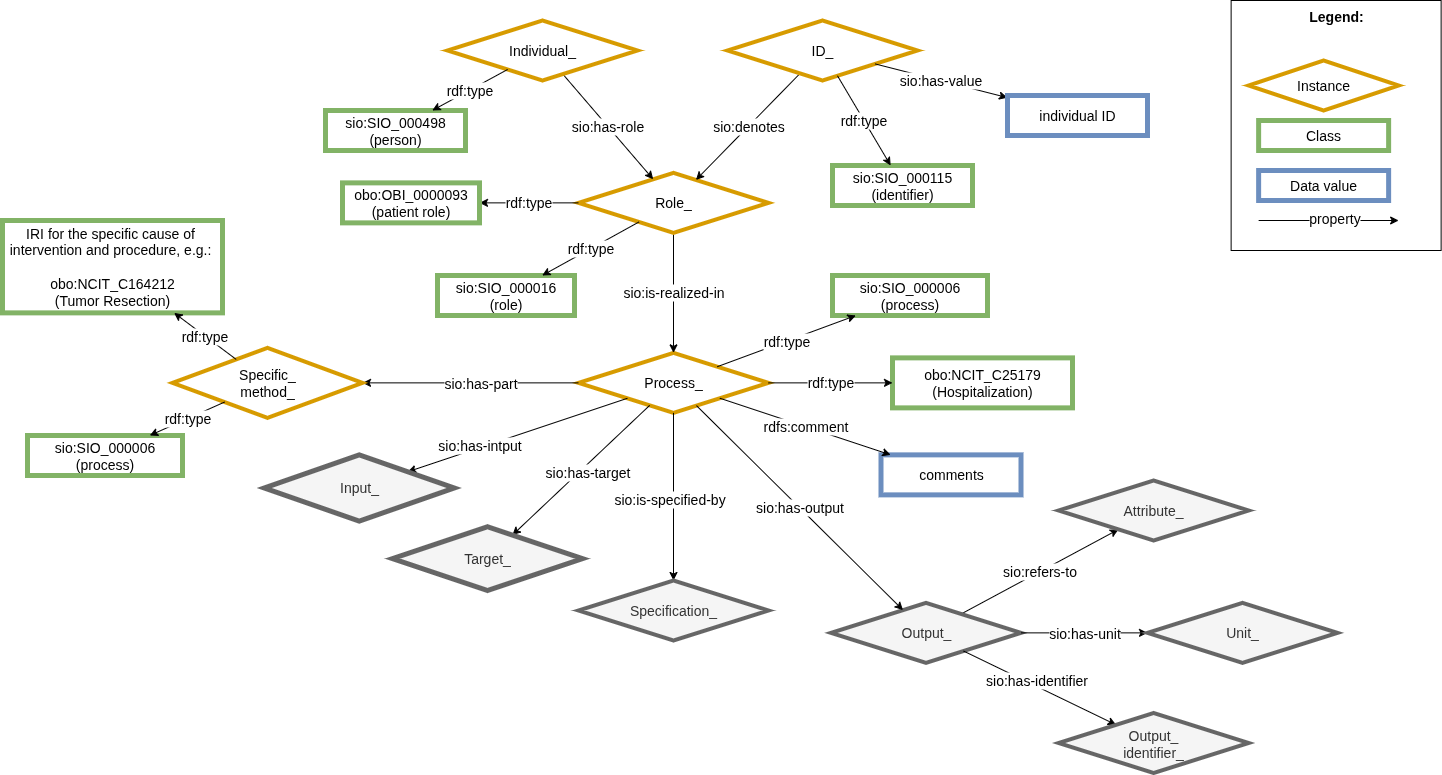
This is images/CARE-SM-Hospitalization.drawio.png from CARE-SM/CARE-Semantic-Model, a draw.io export, as it was before one commit. Source tidied: cells renumbered, new cells last; positions are measured from the earlier drawing's top-left corner, leaving out a move shared by most shapes. Source of this version:
```xml
<mxGraphModel>
  <root>
    <mxCell id="0" />
    <mxCell id="1" parent="0" />
    <mxCell id="2" value="sio:refers-to" style="edgeStyle=none;rounded=0;jettySize=auto;html=1;fontSize=14;" parent="1" edge="1" source="3" target="12">
      <mxGeometry relative="1" as="geometry" />
    </mxCell>
    <mxCell id="3" value="Output_" style="rhombus;whiteSpace=wrap;html=1;fillColor=#f5f5f5;strokeColor=#666666;perimeter=rhombusPerimeter;arcSize=20;comic=0;enumerate=0;strokeWidth=4;rounded=0;fontSize=14;fontColor=#333333;" parent="1" vertex="1">
      <mxGeometry x="828.5" y="602.4" width="190" height="60" as="geometry" />
    </mxCell>
    <mxCell id="4" value="Process_" style="rhombus;whiteSpace=wrap;html=1;fillColor=#FFFFFF;strokeColor=#D79B00;perimeter=rhombusPerimeter;arcSize=20;comic=0;enumerate=0;strokeWidth=4;rounded=0;fontSize=14;" parent="1" vertex="1">
      <mxGeometry x="576" y="352.4" width="190" height="60" as="geometry" />
    </mxCell>
    <mxCell id="5" value="sio:is-realized-in" style="rounded=0;jettySize=auto;html=1;exitX=0.5;exitY=1;exitDx=0;exitDy=0;fontSize=14;" parent="1" edge="1" source="7" target="4">
      <mxGeometry relative="1" as="geometry" />
    </mxCell>
    <mxCell id="6" value="sio:SIO_000006 (process)" style="whiteSpace=wrap;html=1;fillColor=#FFFFFF;strokeColor=#82b366;strokeWidth=5;fontSize=14;" parent="1" vertex="1">
      <mxGeometry x="830" y="275" width="155" height="40" as="geometry" />
    </mxCell>
    <mxCell id="7" value="Role_" style="rhombus;whiteSpace=wrap;html=1;fillColor=#FFFFFF;strokeColor=#D79B00;perimeter=rhombusPerimeter;arcSize=20;comic=0;enumerate=0;strokeWidth=4;rounded=0;fontSize=14;" parent="1" vertex="1">
      <mxGeometry x="576" y="172.4" width="190" height="60" as="geometry" />
    </mxCell>
    <mxCell id="8" value="sio:denotes" style="edgeStyle=none;rounded=0;jettySize=auto;html=1;fontSize=14;" parent="1" edge="1" source="9" target="7">
      <mxGeometry relative="1" as="geometry" />
    </mxCell>
    <mxCell id="9" value="ID_" style="rhombus;whiteSpace=wrap;html=1;fillColor=#FFFFFF;strokeColor=#D79B00;rotation=0;perimeter=rhombusPerimeter;arcSize=20;comic=0;enumerate=0;strokeWidth=4;rounded=0;fontSize=14;" parent="1" vertex="1">
      <mxGeometry x="725" y="20" width="190" height="60" as="geometry" />
    </mxCell>
    <mxCell id="10" value="sio:has-role" style="edgeStyle=none;rounded=0;jettySize=auto;html=1;fontSize=14;" parent="1" edge="1" source="11" target="7">
      <mxGeometry relative="1" as="geometry" />
    </mxCell>
    <mxCell id="11" value="Individual_" style="rhombus;whiteSpace=wrap;html=1;fillColor=#FFFFFF;strokeColor=#D79B00;perimeter=rhombusPerimeter;arcSize=20;comic=0;enumerate=0;strokeWidth=4;rounded=0;fontSize=14;" parent="1" vertex="1">
      <mxGeometry x="445" y="20" width="190" height="60" as="geometry" />
    </mxCell>
    <mxCell id="12" value="Attribute_" style="rhombus;whiteSpace=wrap;html=1;fillColor=#f5f5f5;strokeColor=#666666;perimeter=rhombusPerimeter;arcSize=20;comic=0;enumerate=0;strokeWidth=4;rounded=0;fontSize=14;fontColor=#333333;" parent="1" vertex="1">
      <mxGeometry x="1056.1" y="480" width="190" height="60" as="geometry" />
    </mxCell>
    <mxCell id="13" value="sio:SIO_000016 (role)" style="whiteSpace=wrap;html=1;fillColor=#FFFFFF;strokeColor=#82b366;strokeWidth=5;fontSize=14;" parent="1" vertex="1">
      <mxGeometry x="435" y="275" width="137" height="40" as="geometry" />
    </mxCell>
    <mxCell id="14" value="sio:SIO_000115 (identifier)" style="whiteSpace=wrap;html=1;fillColor=#FFFFFF;strokeColor=#82b366;strokeWidth=5;fontSize=14;" parent="1" vertex="1">
      <mxGeometry x="830" y="165" width="140" height="40" as="geometry" />
    </mxCell>
    <mxCell id="15" value="&lt;div&gt;sio:SIO_000498&lt;/div&gt;&lt;div&gt;(person)&lt;/div&gt;" style="whiteSpace=wrap;html=1;fillColor=#FFFFFF;strokeColor=#82b366;strokeWidth=5;fontSize=14;" parent="1" vertex="1">
      <mxGeometry x="323" y="110" width="140" height="40" as="geometry" />
    </mxCell>
    <mxCell id="16" style="edgeStyle=none;rounded=0;jettySize=auto;html=1;fontSize=14;" parent="1" edge="1" source="4" target="51">
      <mxGeometry relative="1" as="geometry" />
    </mxCell>
    <mxCell id="17" value="sio:has-intput" style="edgeLabel;html=1;align=center;verticalAlign=middle;fontSize=14;" parent="16" vertex="1">
      <mxGeometry x="-0.21" y="-1" relative="1" as="geometry">
        <mxPoint x="-61" y="18" as="offset" />
      </mxGeometry>
    </mxCell>
    <mxCell id="18" style="edgeStyle=none;rounded=0;jettySize=auto;html=1;strokeWidth=1;fontSize=14;" parent="1" edge="1" source="4" target="55">
      <mxGeometry relative="1" as="geometry" />
    </mxCell>
    <mxCell id="19" value="sio:is-specified-by" style="edgeLabel;html=1;align=center;verticalAlign=middle;fontSize=14;" parent="18" vertex="1">
      <mxGeometry x="-0.21" y="-1" relative="1" as="geometry">
        <mxPoint x="-4" y="19" as="offset" />
      </mxGeometry>
    </mxCell>
    <mxCell id="20" style="edgeStyle=none;rounded=0;jettySize=auto;html=1;fontSize=14;" parent="1" edge="1" source="3" target="47">
      <mxGeometry relative="1" as="geometry" />
    </mxCell>
    <mxCell id="21" value="sio:has-unit" style="edgeLabel;html=1;align=center;verticalAlign=middle;fontSize=14;" parent="20" vertex="1">
      <mxGeometry x="-0.21" y="-1" relative="1" as="geometry">
        <mxPoint x="13" y="-1" as="offset" />
      </mxGeometry>
    </mxCell>
    <mxCell id="22" value="&lt;div style=&quot;text-align: left; font-size: 14px;&quot;&gt;&lt;span style=&quot;background-color: initial; font-size: 14px;&quot;&gt;&lt;b style=&quot;font-size: 14px;&quot;&gt;&lt;font style=&quot;font-size: 14px;&quot;&gt;Legend:&lt;/font&gt;&lt;/b&gt;&lt;/span&gt;&lt;/div&gt;&lt;div style=&quot;text-align: left; font-size: 14px;&quot;&gt;&lt;span style=&quot;background-color: initial; font-size: 14px;&quot;&gt;&lt;br style=&quot;font-size: 14px;&quot;&gt;&lt;/span&gt;&lt;/div&gt;&lt;div style=&quot;text-align: left; font-size: 14px;&quot;&gt;&lt;span style=&quot;background-color: initial; font-size: 14px;&quot;&gt;&lt;br style=&quot;font-size: 14px;&quot;&gt;&lt;/span&gt;&lt;/div&gt;&lt;div style=&quot;text-align: left; font-size: 14px;&quot;&gt;&lt;span style=&quot;background-color: initial; font-size: 14px;&quot;&gt;&lt;br style=&quot;font-size: 14px;&quot;&gt;&lt;/span&gt;&lt;/div&gt;&lt;div style=&quot;text-align: left; font-size: 14px;&quot;&gt;&lt;br style=&quot;font-size: 14px;&quot;&gt;&lt;/div&gt;&lt;div style=&quot;text-align: left; font-size: 14px;&quot;&gt;&lt;br style=&quot;font-size: 14px;&quot;&gt;&lt;/div&gt;&lt;div style=&quot;text-align: left; font-size: 14px;&quot;&gt;&lt;br style=&quot;font-size: 14px;&quot;&gt;&lt;/div&gt;&lt;div style=&quot;text-align: left; font-size: 14px;&quot;&gt;&lt;br style=&quot;font-size: 14px;&quot;&gt;&lt;/div&gt;&lt;div style=&quot;text-align: left; font-size: 14px;&quot;&gt;&lt;br style=&quot;font-size: 14px;&quot;&gt;&lt;/div&gt;&lt;div style=&quot;text-align: left; font-size: 14px;&quot;&gt;&lt;span style=&quot;background-color: initial; font-size: 14px;&quot;&gt;&lt;br style=&quot;font-size: 14px;&quot;&gt;&lt;/span&gt;&lt;/div&gt;&lt;div style=&quot;text-align: left; font-size: 14px;&quot;&gt;&lt;span style=&quot;background-color: initial; font-size: 14px;&quot;&gt;&lt;br style=&quot;font-size: 14px;&quot;&gt;&lt;/span&gt;&lt;/div&gt;&lt;div style=&quot;text-align: left; font-size: 14px;&quot;&gt;&lt;span style=&quot;background-color: initial; font-size: 14px;&quot;&gt;&lt;br style=&quot;font-size: 14px;&quot;&gt;&lt;/span&gt;&lt;/div&gt;&lt;div style=&quot;text-align: left; font-size: 14px;&quot;&gt;&lt;span style=&quot;background-color: initial; font-size: 14px;&quot;&gt;&lt;br style=&quot;font-size: 14px;&quot;&gt;&lt;/span&gt;&lt;/div&gt;&lt;div style=&quot;text-align: left; font-size: 14px;&quot;&gt;&lt;span style=&quot;background-color: initial; font-size: 14px;&quot;&gt;&lt;br style=&quot;font-size: 14px;&quot;&gt;&lt;/span&gt;&lt;/div&gt;" style="rounded=0;whiteSpace=wrap;html=1;fontSize=14;" parent="1" vertex="1">
      <mxGeometry x="1228.6" width="210" height="250" as="geometry" />
    </mxCell>
    <mxCell id="23" value="Class" style="whiteSpace=wrap;html=1;fillColor=#FFFFFF;strokeColor=#82b366;strokeWidth=5;fontSize=14;" parent="1" vertex="1">
      <mxGeometry x="1256.1" y="120" width="130" height="30" as="geometry" />
    </mxCell>
    <mxCell id="24" value="Instance" style="rhombus;whiteSpace=wrap;html=1;fillColor=#FFFFFF;strokeColor=#D79B00;rotation=0;perimeter=rhombusPerimeter;arcSize=20;comic=0;enumerate=0;strokeWidth=4;rounded=0;fontSize=14;" parent="1" vertex="1">
      <mxGeometry x="1246.1" y="60" width="150" height="50" as="geometry" />
    </mxCell>
    <mxCell id="25" value="Data value" style="whiteSpace=wrap;html=1;fillColor=#FFFFFF;strokeColor=#6c8ebf;strokeWidth=5;fontSize=14;" parent="1" vertex="1">
      <mxGeometry x="1256.1" y="170" width="130" height="30" as="geometry" />
    </mxCell>
    <mxCell id="26" value="property" style="rounded=0;orthogonalLoop=1;jettySize=auto;html=1;exitX=1;exitY=1;exitDx=0;exitDy=0;fontSize=14;" parent="1" edge="1">
      <mxGeometry x="0.09" y="2" relative="1" as="geometry">
        <mxPoint x="1256.1" y="220" as="sourcePoint" />
        <mxPoint x="1396.1" y="220" as="targetPoint" />
      </mxGeometry>
    </mxCell>
    <mxCell id="27" value="rdf:type" style="edgeStyle=none;rounded=0;jettySize=auto;html=1;fontSize=14;" parent="1" edge="1" source="11" target="15">
      <mxGeometry relative="1" as="geometry" />
    </mxCell>
    <mxCell id="28" style="edgeStyle=none;rounded=0;jettySize=auto;html=1;fontSize=14;" parent="1" edge="1" source="4" target="54">
      <mxGeometry relative="1" as="geometry" />
    </mxCell>
    <mxCell id="29" value="sio:has-target" style="edgeLabel;html=1;align=center;verticalAlign=middle;fontSize=14;" parent="28" vertex="1">
      <mxGeometry x="-0.21" y="-1" relative="1" as="geometry">
        <mxPoint x="-8" y="16" as="offset" />
      </mxGeometry>
    </mxCell>
    <mxCell id="30" value="sio:has-output" style="edgeStyle=none;rounded=0;jettySize=auto;html=1;fontSize=14;" parent="1" edge="1" source="4" target="3">
      <mxGeometry relative="1" as="geometry" />
    </mxCell>
    <mxCell id="31" style="edgeStyle=none;rounded=0;jettySize=auto;html=1;fontSize=14;" parent="1" edge="1" source="4" target="48">
      <mxGeometry relative="1" as="geometry" />
    </mxCell>
    <mxCell id="32" value="sio:has-part" style="edgeLabel;html=1;align=center;verticalAlign=middle;fontSize=14;" parent="31" vertex="1">
      <mxGeometry x="-0.21" y="-1" relative="1" as="geometry">
        <mxPoint x="-13" y="1" as="offset" />
      </mxGeometry>
    </mxCell>
    <mxCell id="33" style="edgeStyle=none;rounded=0;jettySize=auto;html=1;fontSize=14;" parent="1" edge="1" source="3" target="35">
      <mxGeometry relative="1" as="geometry" />
    </mxCell>
    <mxCell id="34" value="sio:has-identifier" style="edgeLabel;html=1;align=center;verticalAlign=middle;fontSize=14;" parent="33" vertex="1">
      <mxGeometry x="-0.21" y="-1" relative="1" as="geometry">
        <mxPoint x="13" y="-1" as="offset" />
      </mxGeometry>
    </mxCell>
    <mxCell id="35" value="Output_&lt;div style=&quot;font-size: 14px;&quot;&gt;identifier_&lt;/div&gt;" style="rhombus;whiteSpace=wrap;html=1;fillColor=#f5f5f5;strokeColor=#666666;perimeter=rhombusPerimeter;arcSize=20;comic=0;enumerate=0;strokeWidth=4;rounded=0;fontSize=14;fontColor=#333333;" parent="1" vertex="1">
      <mxGeometry x="1056.1" y="712.5" width="190" height="60" as="geometry" />
    </mxCell>
    <mxCell id="36" value="rdf:type" style="edgeStyle=none;rounded=0;jettySize=auto;html=1;fontSize=14;" parent="1" edge="1" source="7" target="13">
      <mxGeometry relative="1" as="geometry" />
    </mxCell>
    <mxCell id="37" value="rdf:type" style="edgeStyle=none;rounded=0;jettySize=auto;html=1;fontSize=14;" parent="1" edge="1" source="9" target="14">
      <mxGeometry relative="1" as="geometry" />
    </mxCell>
    <mxCell id="38" value="rdf:type" style="edgeStyle=none;rounded=0;jettySize=auto;html=1;entryX=1;entryY=0.5;entryDx=0;entryDy=0;fontSize=14;" parent="1" edge="1" source="7" target="39">
      <mxGeometry relative="1" as="geometry" />
    </mxCell>
    <mxCell id="39" value="&lt;font style=&quot;font-size: 14px;&quot;&gt;obo:OBI_0000093 (patient role)&lt;/font&gt;" style="whiteSpace=wrap;html=1;fillColor=#FFFFFF;strokeColor=#82b366;strokeWidth=5;fontSize=14;" parent="1" vertex="1">
      <mxGeometry x="340" y="182.4" width="137" height="40" as="geometry" />
    </mxCell>
    <mxCell id="40" value="sio:has-value" style="rounded=0;jettySize=auto;html=1;fontSize=14;" parent="1" edge="1" source="9" target="41">
      <mxGeometry relative="1" as="geometry" />
    </mxCell>
    <mxCell id="41" value="individual ID" style="whiteSpace=wrap;html=1;fillColor=#FFFFFF;strokeColor=#6c8ebf;strokeWidth=5;fontSize=14;" parent="1" vertex="1">
      <mxGeometry x="1005" y="95" width="140" height="40" as="geometry" />
    </mxCell>
    <mxCell id="42" value="obo:NCIT_C25179&lt;div&gt;(Hospitalization)&lt;/div&gt;" style="whiteSpace=wrap;html=1;fillColor=#FFFFFF;strokeColor=#82b366;strokeWidth=5;fontSize=14;" parent="1" vertex="1">
      <mxGeometry x="890" y="357.4" width="180" height="50" as="geometry" />
    </mxCell>
    <mxCell id="43" value="rdf:type" style="edgeStyle=none;rounded=0;jettySize=auto;html=1;fontSize=14;" parent="1" edge="1" source="4" target="42">
      <mxGeometry relative="1" as="geometry" />
    </mxCell>
    <mxCell id="44" value="comments" style="whiteSpace=wrap;html=1;fillColor=#FFFFFF;strokeColor=#6c8ebf;strokeWidth=5;fontSize=14;" parent="1" vertex="1">
      <mxGeometry x="878.5" y="454.4" width="140" height="40" as="geometry" />
    </mxCell>
    <mxCell id="45" value="rdfs:comment" style="rounded=0;jettySize=auto;html=1;fontSize=14;" parent="1" edge="1" source="4" target="44">
      <mxGeometry relative="1" as="geometry" />
    </mxCell>
    <mxCell id="46" value="rdf:type" style="edgeStyle=none;rounded=0;jettySize=auto;html=1;fontSize=14;" parent="1" edge="1" source="4" target="6">
      <mxGeometry relative="1" as="geometry" />
    </mxCell>
    <mxCell id="47" value="Unit_" style="rhombus;whiteSpace=wrap;html=1;fillColor=#f5f5f5;strokeColor=#666666;perimeter=rhombusPerimeter;arcSize=20;comic=0;enumerate=0;strokeWidth=4;rounded=0;fontSize=14;fontColor=#333333;" parent="1" vertex="1">
      <mxGeometry x="1145" y="602.4" width="190" height="60" as="geometry" />
    </mxCell>
    <mxCell id="48" value="&lt;div&gt;Specific_&lt;/div&gt;&lt;div&gt;method_&lt;/div&gt;" style="rhombus;whiteSpace=wrap;html=1;fillColor=#FFFFFF;strokeColor=#D79B00;perimeter=rhombusPerimeter;arcSize=20;comic=0;enumerate=0;strokeWidth=4;rounded=0;fontSize=14;" parent="1" vertex="1">
      <mxGeometry x="170" y="347.4" width="190" height="70" as="geometry" />
    </mxCell>
    <mxCell id="49" value="&lt;div&gt;IRI for the specific cause of&amp;nbsp;&lt;/div&gt;&lt;div&gt;intervention and procedure,&amp;nbsp;&lt;span style=&quot;background-color: transparent; color: light-dark(rgb(0, 0, 0), rgb(255, 255, 255));&quot;&gt;e.g.:&amp;nbsp;&lt;/span&gt;&lt;/div&gt;&lt;div&gt;&lt;span style=&quot;background-color: transparent; color: light-dark(rgb(0, 0, 0), rgb(255, 255, 255));&quot;&gt;&lt;br&gt;&lt;/span&gt;&lt;/div&gt;&lt;div&gt;&lt;span style=&quot;background-color: transparent; color: light-dark(rgb(0, 0, 0), rgb(255, 255, 255));&quot;&gt;obo:&lt;/span&gt;&lt;span style=&quot;background-color: transparent;&quot;&gt;NCIT_C164212&lt;/span&gt;&lt;/div&gt;&lt;div&gt;&lt;span style=&quot;background-color: transparent; color: light-dark(rgb(0, 0, 0), rgb(255, 255, 255));&quot;&gt;(Tumor Resection)&lt;/span&gt;&lt;/div&gt;" style="whiteSpace=wrap;html=1;fillColor=#FFFFFF;strokeColor=#82b366;strokeWidth=5;fontSize=14;" parent="1" vertex="1">
      <mxGeometry y="220" width="220" height="92.4" as="geometry" />
    </mxCell>
    <mxCell id="50" value="sio:SIO_000006 (process)" style="whiteSpace=wrap;html=1;fillColor=#FFFFFF;strokeColor=#82b366;strokeWidth=5;fontSize=14;" parent="1" vertex="1">
      <mxGeometry x="25" y="435" width="155" height="40" as="geometry" />
    </mxCell>
    <mxCell id="51" value="Input_" style="rhombus;whiteSpace=wrap;html=1;fillColor=#f5f5f5;strokeColor=#666666;strokeWidth=5;fontSize=14;fontColor=#333333;" parent="1" vertex="1">
      <mxGeometry x="261.8" y="454.4" width="190" height="66.2" as="geometry" />
    </mxCell>
    <mxCell id="52" value="rdf:type" style="edgeStyle=none;rounded=0;jettySize=auto;html=1;fontSize=14;" parent="1" edge="1" source="48" target="49">
      <mxGeometry relative="1" as="geometry" />
    </mxCell>
    <mxCell id="53" value="rdf:type" style="edgeStyle=none;rounded=0;jettySize=auto;html=1;fontSize=14;" parent="1" edge="1" source="48" target="50">
      <mxGeometry relative="1" as="geometry" />
    </mxCell>
    <mxCell id="54" value="Target_" style="rhombus;whiteSpace=wrap;html=1;fillColor=#f5f5f5;strokeColor=#666666;strokeWidth=5;fontSize=14;fontColor=#333333;" parent="1" vertex="1">
      <mxGeometry x="390" y="526.2" width="190" height="63.8" as="geometry" />
    </mxCell>
    <mxCell id="55" value="Specification_" style="rhombus;whiteSpace=wrap;html=1;fillColor=#f5f5f5;strokeColor=#666666;perimeter=rhombusPerimeter;arcSize=20;comic=0;enumerate=0;strokeWidth=4;rounded=0;fontSize=14;fontColor=#333333;" parent="1" vertex="1">
      <mxGeometry x="576" y="580" width="190" height="60" as="geometry" />
    </mxCell>
  </root>
</mxGraphModel>
```
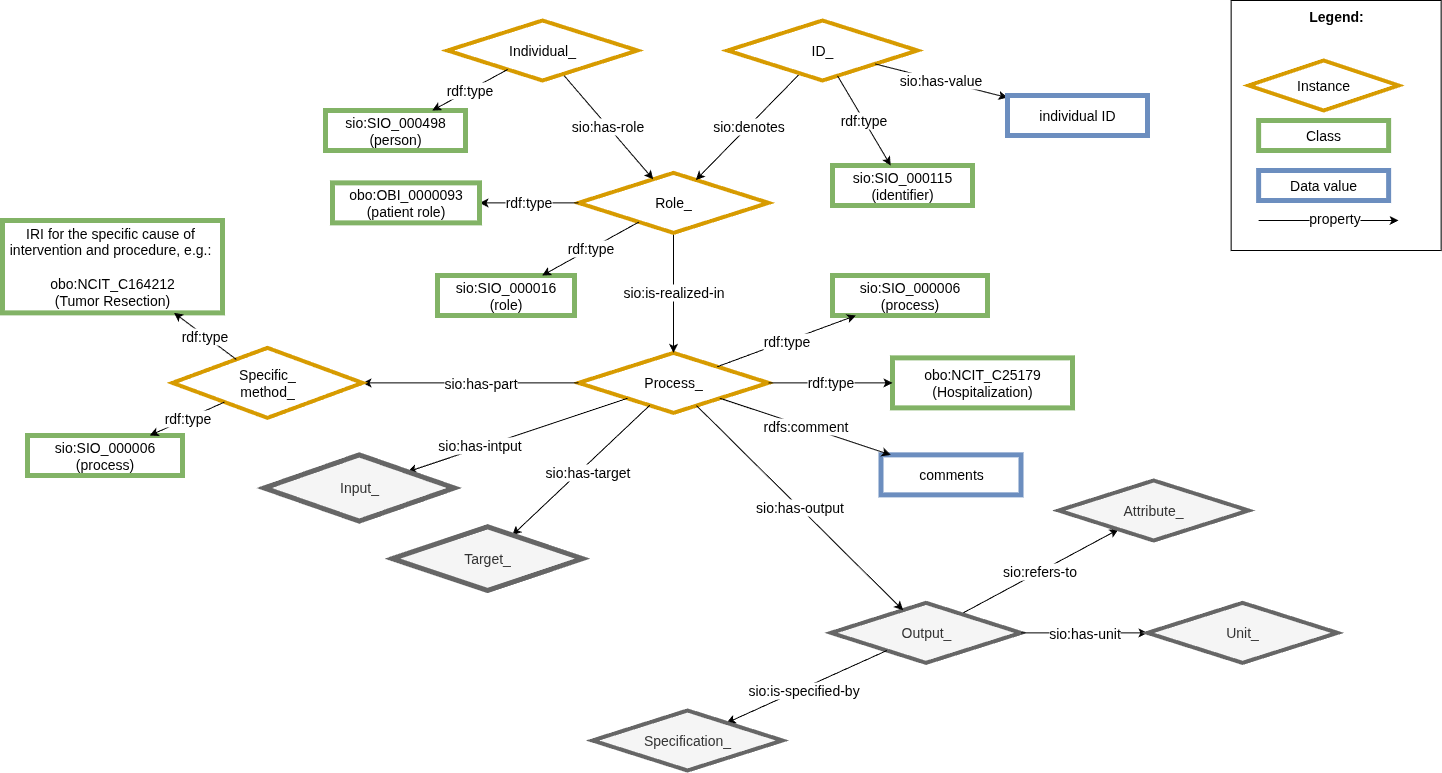
Later version of the same file.

Change to the diagram source:
```diff
@@ -52,12 +52,12 @@
         <mxPoint x="-61" y="18" as="offset" />
       </mxGeometry>
     </mxCell>
-    <mxCell id="18" style="edgeStyle=none;rounded=0;jettySize=auto;html=1;strokeWidth=1;fontSize=14;" parent="1" edge="1" source="4" target="55">
+    <mxCell id="18" style="edgeStyle=none;rounded=0;jettySize=auto;html=1;strokeWidth=1;fontSize=14;" parent="1" edge="1" source="3" target="55">
       <mxGeometry relative="1" as="geometry" />
     </mxCell>
     <mxCell id="19" value="sio:is-specified-by" style="edgeLabel;html=1;align=center;verticalAlign=middle;fontSize=14;" parent="18" vertex="1">
       <mxGeometry x="-0.21" y="-1" relative="1" as="geometry">
-        <mxPoint x="-4" y="19" as="offset" />
+        <mxPoint x="-20" y="12" as="offset" />
       </mxGeometry>
     </mxCell>
     <mxCell id="20" style="edgeStyle=none;rounded=0;jettySize=auto;html=1;fontSize=14;" parent="1" edge="1" source="3" target="47">
@@ -108,17 +108,6 @@
         <mxPoint x="-13" y="1" as="offset" />
       </mxGeometry>
     </mxCell>
-    <mxCell id="33" style="edgeStyle=none;rounded=0;jettySize=auto;html=1;fontSize=14;" parent="1" edge="1" source="3" target="35">
-      <mxGeometry relative="1" as="geometry" />
-    </mxCell>
-    <mxCell id="34" value="sio:has-identifier" style="edgeLabel;html=1;align=center;verticalAlign=middle;fontSize=14;" parent="33" vertex="1">
-      <mxGeometry x="-0.21" y="-1" relative="1" as="geometry">
-        <mxPoint x="13" y="-1" as="offset" />
-      </mxGeometry>
-    </mxCell>
-    <mxCell id="35" value="Output_&lt;div style=&quot;font-size: 14px;&quot;&gt;identifier_&lt;/div&gt;" style="rhombus;whiteSpace=wrap;html=1;fillColor=#f5f5f5;strokeColor=#666666;perimeter=rhombusPerimeter;arcSize=20;comic=0;enumerate=0;strokeWidth=4;rounded=0;fontSize=14;fontColor=#333333;" parent="1" vertex="1">
-      <mxGeometry x="1056.1" y="712.5" width="190" height="60" as="geometry" />
-    </mxCell>
     <mxCell id="36" value="rdf:type" style="edgeStyle=none;rounded=0;jettySize=auto;html=1;fontSize=14;" parent="1" edge="1" source="7" target="13">
       <mxGeometry relative="1" as="geometry" />
     </mxCell>
@@ -129,7 +118,7 @@
       <mxGeometry relative="1" as="geometry" />
     </mxCell>
     <mxCell id="39" value="&lt;font style=&quot;font-size: 14px;&quot;&gt;obo:OBI_0000093 (patient role)&lt;/font&gt;" style="whiteSpace=wrap;html=1;fillColor=#FFFFFF;strokeColor=#82b366;strokeWidth=5;fontSize=14;" parent="1" vertex="1">
-      <mxGeometry x="340" y="182.4" width="137" height="40" as="geometry" />
+      <mxGeometry x="330" y="182.4" width="147" height="40" as="geometry" />
     </mxCell>
     <mxCell id="40" value="sio:has-value" style="rounded=0;jettySize=auto;html=1;fontSize=14;" parent="1" edge="1" source="9" target="41">
       <mxGeometry relative="1" as="geometry" />
@@ -177,7 +166,7 @@
       <mxGeometry x="390" y="526.2" width="190" height="63.8" as="geometry" />
     </mxCell>
     <mxCell id="55" value="Specification_" style="rhombus;whiteSpace=wrap;html=1;fillColor=#f5f5f5;strokeColor=#666666;perimeter=rhombusPerimeter;arcSize=20;comic=0;enumerate=0;strokeWidth=4;rounded=0;fontSize=14;fontColor=#333333;" parent="1" vertex="1">
-      <mxGeometry x="576" y="580" width="190" height="60" as="geometry" />
+      <mxGeometry x="590" y="710" width="190" height="60" as="geometry" />
     </mxCell>
   </root>
 </mxGraphModel>
```
